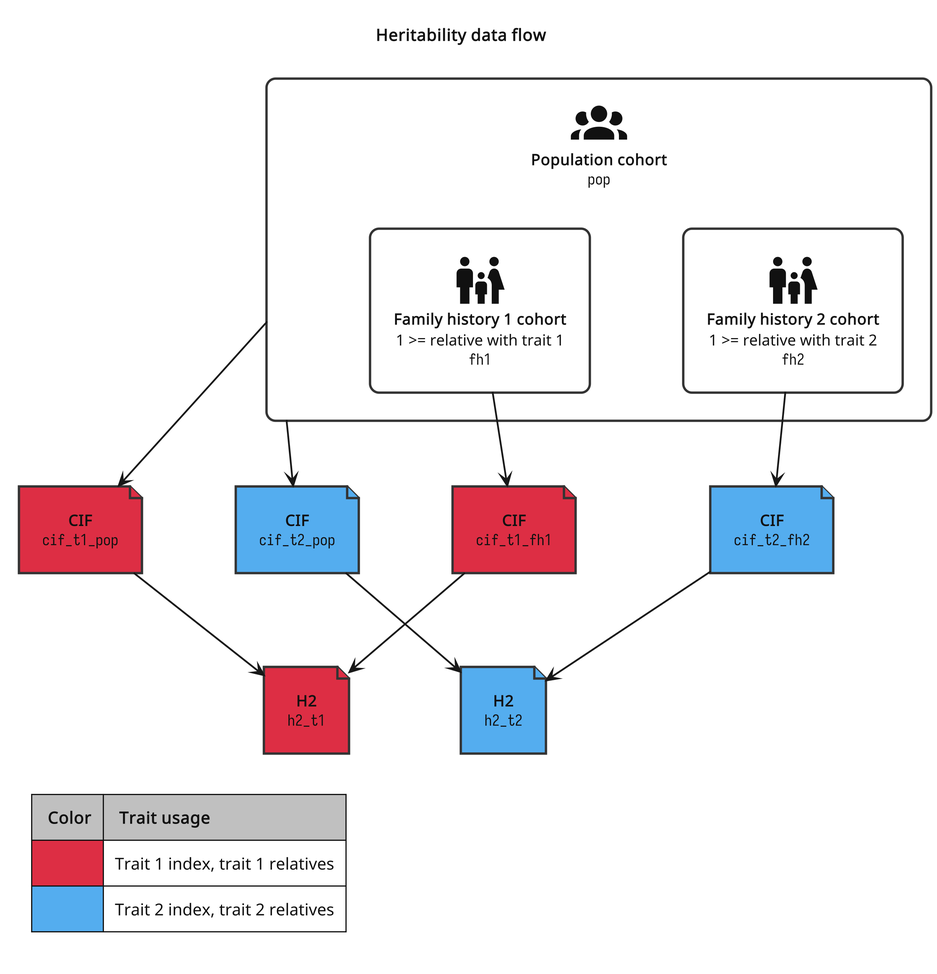
Earlier version of the PlantUML export guides/diagrams/h2-data-flow.png (BioPsyk/epimight).
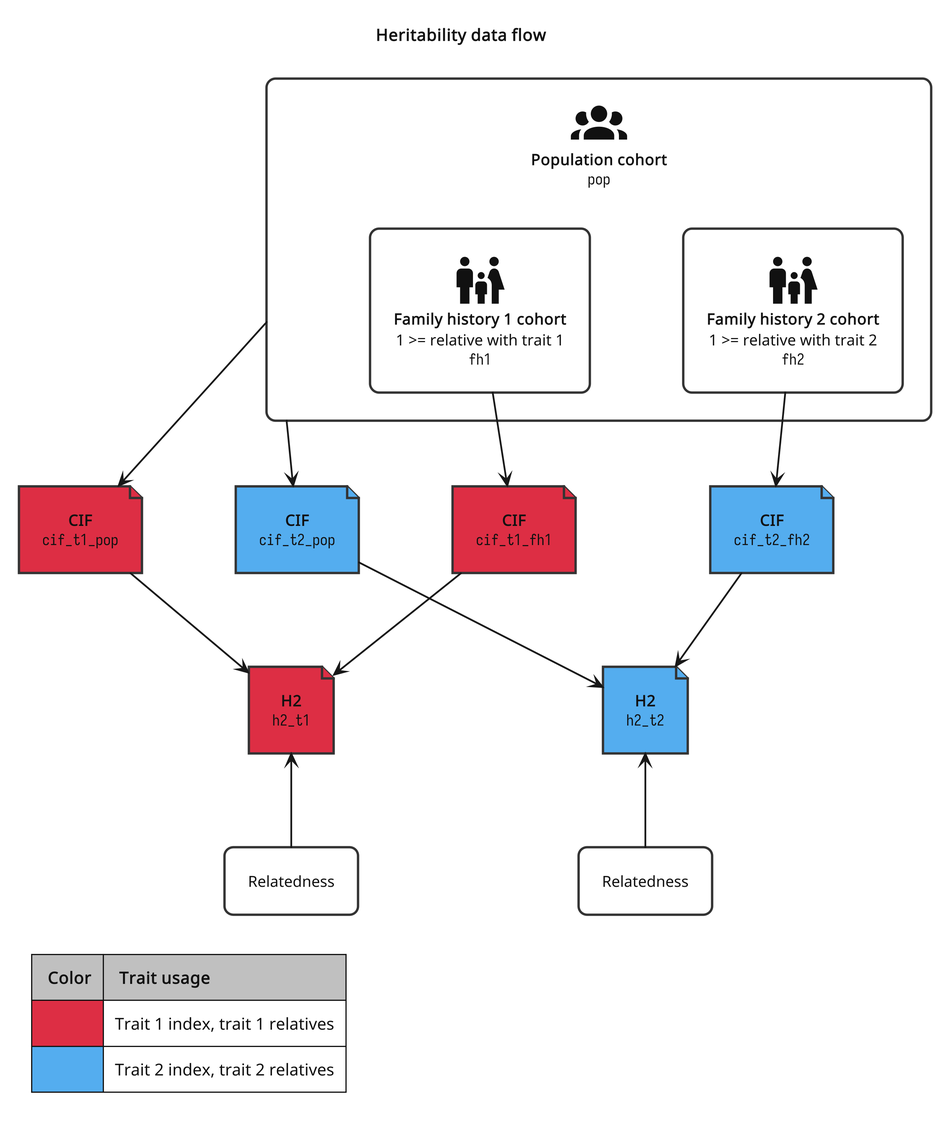
After the commit.

What changed in the source:
```diff
@@ -53,6 +53,9 @@
 file "**CIF**\n""cif_t2_fh2""" as cif_t2_fh2 #54adef
 file "**H2**\n""h2_t2""" as h2_t2 #54adef
 
+rectangle "Relatedness" as t1_rel
+rectangle "Relatedness" as t2_rel
+
 pop --> cif_t1_pop
 fh1 --> cif_t1_fh1
 
@@ -64,4 +67,7 @@
 
 cif_t2_pop --> h2_t2
 cif_t2_fh2 --> h2_t2
+
+t1_rel -UP-> h2_t1
+t2_rel -UP-> h2_t2
 @enduml
```
